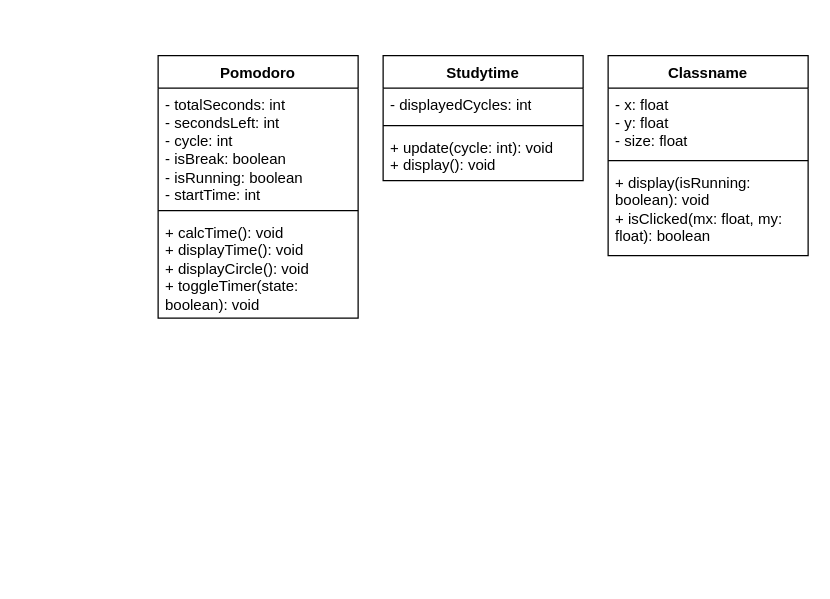
Above: nedarvning.drawio in H24HX3Pomodoro/Pomodoro (draw.io), before the change. Source tidied: cells renumbered, new cells numbered last; positions are measured from the earlier drawing's top-left corner, leaving out a move shared by most shapes. Both pictures are drawn from the tidied source at 125%, with x=0, y=0 at pixel (158, 55).
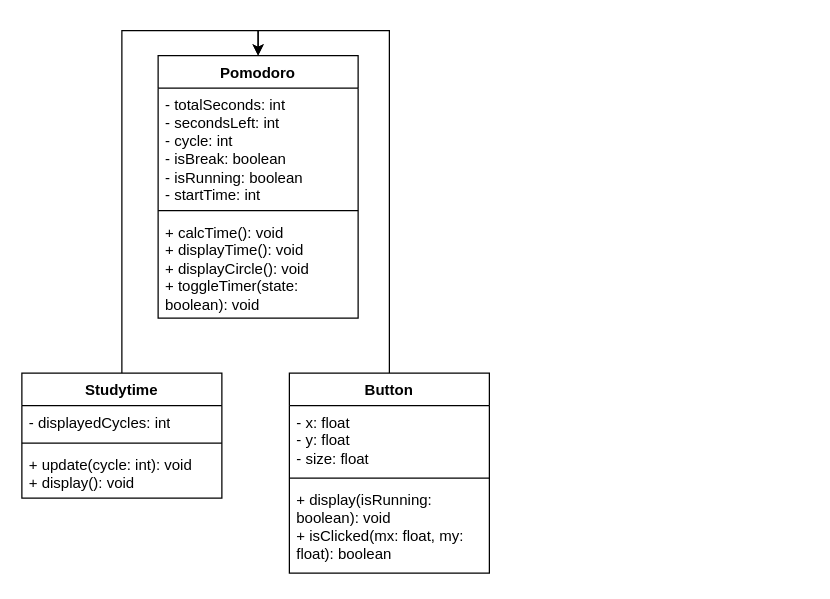
The same page after the edit.

The edit, as a diff of the source:
```diff
@@
 <mxGraphModel>
   <root>
     <mxCell id="0" />
     <mxCell id="1" parent="0" />
     <mxCell id="2" value="Pomodoro" style="swimlane;fontStyle=1;align=center;verticalAlign=top;horizontal=1;startSize=26;whiteSpace=wrap;html=1;" parent="1" vertex="1">
       <mxGeometry width="160" height="210" as="geometry" />
     </mxCell>
     <mxCell id="3" value="&lt;span style=&quot;text-align: center;&quot;&gt;- totalSeconds: int&lt;/span&gt;&lt;br style=&quot;text-align: center;&quot;&gt;&lt;span style=&quot;text-align: center;&quot;&gt;- secondsLeft: int&lt;/span&gt;&lt;br style=&quot;text-align: center;&quot;&gt;&lt;span style=&quot;text-align: center;&quot;&gt;- cycle: int&lt;/span&gt;&lt;br style=&quot;text-align: center;&quot;&gt;&lt;span style=&quot;text-align: center;&quot;&gt;- isBreak: boolean&lt;/span&gt;&lt;br style=&quot;text-align: center;&quot;&gt;&lt;span style=&quot;text-align: center;&quot;&gt;- isRunning: boolean&lt;/span&gt;&lt;br style=&quot;text-align: center;&quot;&gt;&lt;span style=&quot;text-align: center;&quot;&gt;- startTime: int&lt;/span&gt;" style="text;strokeColor=none;fillColor=none;align=left;verticalAlign=top;spacingLeft=4;spacingRight=4;overflow=hidden;whiteSpace=wrap;html=1;" parent="2" vertex="1">
       <mxGeometry y="26" width="160" height="94" as="geometry" />
     </mxCell>
     <mxCell id="4" style="line;strokeWidth=1;fillColor=none;align=left;verticalAlign=middle;spacingTop=-1;spacingLeft=3;spacingRight=3;labelPosition=right;strokeColor=inherit;" parent="2" vertex="1">
       <mxGeometry y="120" width="160" height="8" as="geometry" />
     </mxCell>
     <mxCell id="5" value="&lt;span style=&quot;text-align: center;&quot;&gt;+ calcTime(): void&lt;/span&gt;&lt;br style=&quot;text-align: center;&quot;&gt;&lt;span style=&quot;text-align: center;&quot;&gt;+ displayTime(): void&lt;/span&gt;&lt;br style=&quot;text-align: center;&quot;&gt;&lt;span style=&quot;text-align: center;&quot;&gt;+ displayCircle(): void&lt;/span&gt;&lt;br style=&quot;text-align: center;&quot;&gt;&lt;span style=&quot;text-align: center;&quot;&gt;+ toggleTimer(state: boolean): void&lt;/span&gt;" style="text;strokeColor=none;fillColor=none;align=left;verticalAlign=top;spacingLeft=4;spacingRight=4;overflow=hidden;whiteSpace=wrap;html=1;" parent="2" vertex="1">
       <mxGeometry y="128" width="160" height="82" as="geometry" />
     </mxCell>
+    <mxCell id="14" style="edgeStyle=orthogonalEdgeStyle;rounded=0;jettySize=auto;html=1;entryX=0.5;entryY=0;entryDx=0;entryDy=0;" parent="1" edge="1" source="6" target="2">
+      <mxGeometry relative="1" as="geometry" />
+    </mxCell>
     <mxCell id="6" value="Studytime" style="swimlane;fontStyle=1;align=center;verticalAlign=top;horizontal=1;startSize=26;whiteSpace=wrap;html=1;" parent="1" vertex="1">
-      <mxGeometry x="180" width="160" height="100" as="geometry" />
+      <mxGeometry x="-109" y="254" width="160" height="100" as="geometry" />
     </mxCell>
     <mxCell id="7" value="&lt;span style=&quot;text-align: center;&quot;&gt;- displayedCycles: int&lt;/span&gt;" style="text;strokeColor=none;fillColor=none;align=left;verticalAlign=top;spacingLeft=4;spacingRight=4;overflow=hidden;whiteSpace=wrap;html=1;" parent="6" vertex="1">
       <mxGeometry y="26" width="160" height="26" as="geometry" />
     </mxCell>
     <mxCell id="8" style="line;strokeWidth=1;fillColor=none;align=left;verticalAlign=middle;spacingTop=-1;spacingLeft=3;spacingRight=3;labelPosition=right;strokeColor=inherit;" parent="6" vertex="1">
       <mxGeometry y="52" width="160" height="8" as="geometry" />
     </mxCell>
     <mxCell id="9" value="&lt;span style=&quot;text-align: center;&quot;&gt;+ update(cycle: int): void&lt;/span&gt;&lt;br style=&quot;text-align: center;&quot;&gt;&lt;span style=&quot;text-align: center;&quot;&gt;+ display(): void&lt;/span&gt;" style="text;strokeColor=none;fillColor=none;align=left;verticalAlign=top;spacingLeft=4;spacingRight=4;overflow=hidden;whiteSpace=wrap;html=1;" parent="6" vertex="1">
       <mxGeometry y="60" width="160" height="40" as="geometry" />
     </mxCell>
+    <mxCell id="15" style="edgeStyle=orthogonalEdgeStyle;rounded=0;jettySize=auto;html=1;entryX=0.5;entryY=0;entryDx=0;entryDy=0;" parent="1" edge="1" source="10" target="2">
+      <mxGeometry relative="1" as="geometry" />
+    </mxCell>
-    <mxCell id="10" value="Classname" style="swimlane;fontStyle=1;align=center;verticalAlign=top;horizontal=1;startSize=26;whiteSpace=wrap;html=1;" parent="1" vertex="1">
-      <mxGeometry x="360" width="160" height="160" as="geometry" />
+    <mxCell id="10" value="Button" style="swimlane;fontStyle=1;align=center;verticalAlign=top;horizontal=1;startSize=26;whiteSpace=wrap;html=1;" parent="1" vertex="1">
+      <mxGeometry x="105" y="254" width="160" height="160" as="geometry" />
     </mxCell>
     <mxCell id="11" value="&lt;span style=&quot;text-align: center;&quot;&gt;- x: float&lt;/span&gt;&lt;br style=&quot;text-align: center;&quot;&gt;&lt;span style=&quot;text-align: center;&quot;&gt;- y: float&lt;/span&gt;&lt;br style=&quot;text-align: center;&quot;&gt;&lt;span style=&quot;text-align: center;&quot;&gt;- size: float&lt;/span&gt;" style="text;strokeColor=none;fillColor=none;align=left;verticalAlign=top;spacingLeft=4;spacingRight=4;overflow=hidden;whiteSpace=wrap;html=1;" parent="10" vertex="1">
       <mxGeometry y="26" width="160" height="54" as="geometry" />
     </mxCell>
     <mxCell id="12" style="line;strokeWidth=1;fillColor=none;align=left;verticalAlign=middle;spacingTop=-1;spacingLeft=3;spacingRight=3;labelPosition=right;strokeColor=inherit;" parent="10" vertex="1">
       <mxGeometry y="80" width="160" height="8" as="geometry" />
     </mxCell>
     <mxCell id="13" value="&lt;span style=&quot;text-align: center;&quot;&gt;+ display(isRunning: boolean): void&lt;/span&gt;&lt;br style=&quot;text-align: center;&quot;&gt;&lt;span style=&quot;text-align: center;&quot;&gt;+ isClicked(mx: float, my: float): boolean&lt;/span&gt;" style="text;strokeColor=none;fillColor=none;align=left;verticalAlign=top;spacingLeft=4;spacingRight=4;overflow=hidden;whiteSpace=wrap;html=1;" parent="10" vertex="1">
       <mxGeometry y="88" width="160" height="72" as="geometry" />
     </mxCell>
   </root>
 </mxGraphModel>
```
